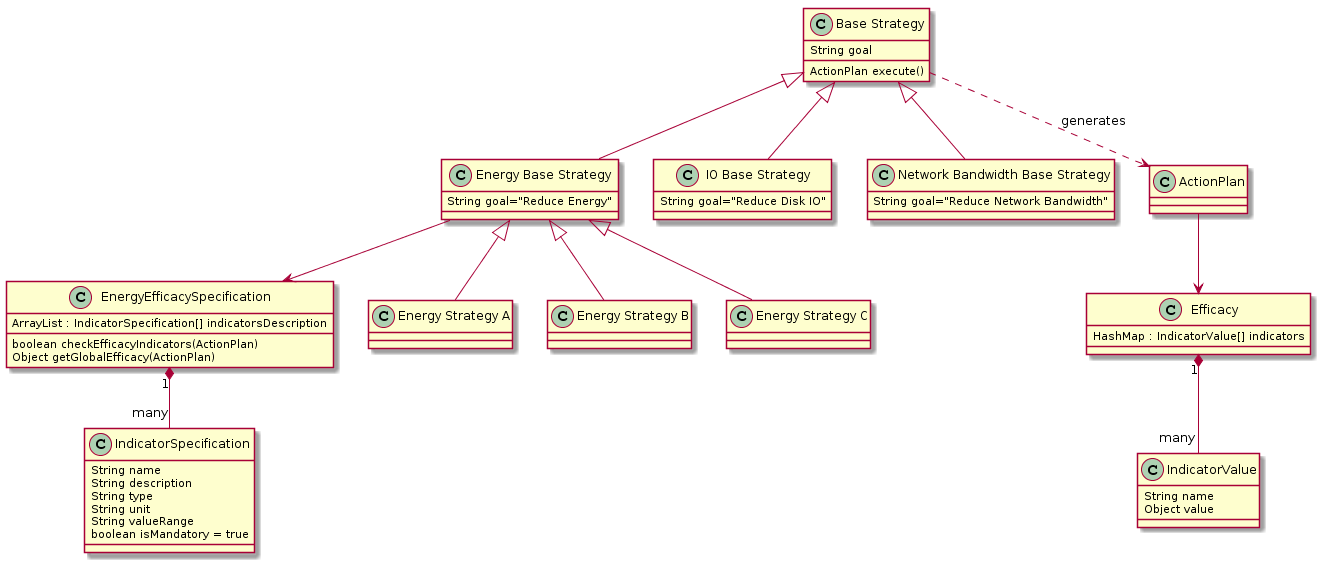
Above: doc/source/images/class_diagram_efficacy_indicator.png in openstack/watcher-specs (PlantUML), before the change. Its diagram source:
```plantuml
@startuml
class "Base Strategy" {
  String goal
  ActionPlan execute()
}
class "Energy Base Strategy" {
  String goal="Reduce Energy"
}
class "IO Base Strategy" {
  String goal="Reduce Disk IO"
}
class "Network Bandwidth Base Strategy" {
  String goal="Reduce Network Bandwidth"
}
class IndicatorSpecification {
  String name
  String description
  String type
  String unit
  String valueRange
  boolean isMandatory = true
}
class EnergyEfficacySpecification {
  ArrayList : IndicatorSpecification[] indicatorsDescription
  boolean checkEfficacyIndicators(ActionPlan)
  Object getGlobalEfficacy(ActionPlan)
}
class Efficacy {
  HashMap : IndicatorValue[] indicators
}
class IndicatorValue {
  String name
  Object value
}
"Base Strategy" <|-- "IO Base Strategy"
"Base Strategy" <|-- "Energy Base Strategy"
"Base Strategy" <|-- "Network Bandwidth Base Strategy"
"Energy Base Strategy" <|-- "Energy Strategy A"
"Energy Base Strategy" <|-- "Energy Strategy B"
"Energy Base Strategy" <|-- "Energy Strategy C"
"Energy Base Strategy" --> "EnergyEfficacySpecification"
EnergyEfficacySpecification "1" *-- "many" IndicatorSpecification
"Base Strategy" ..> ActionPlan : generates
ActionPlan --> Efficacy
Efficacy "1" *-- "many" IndicatorValue
@enduml
```
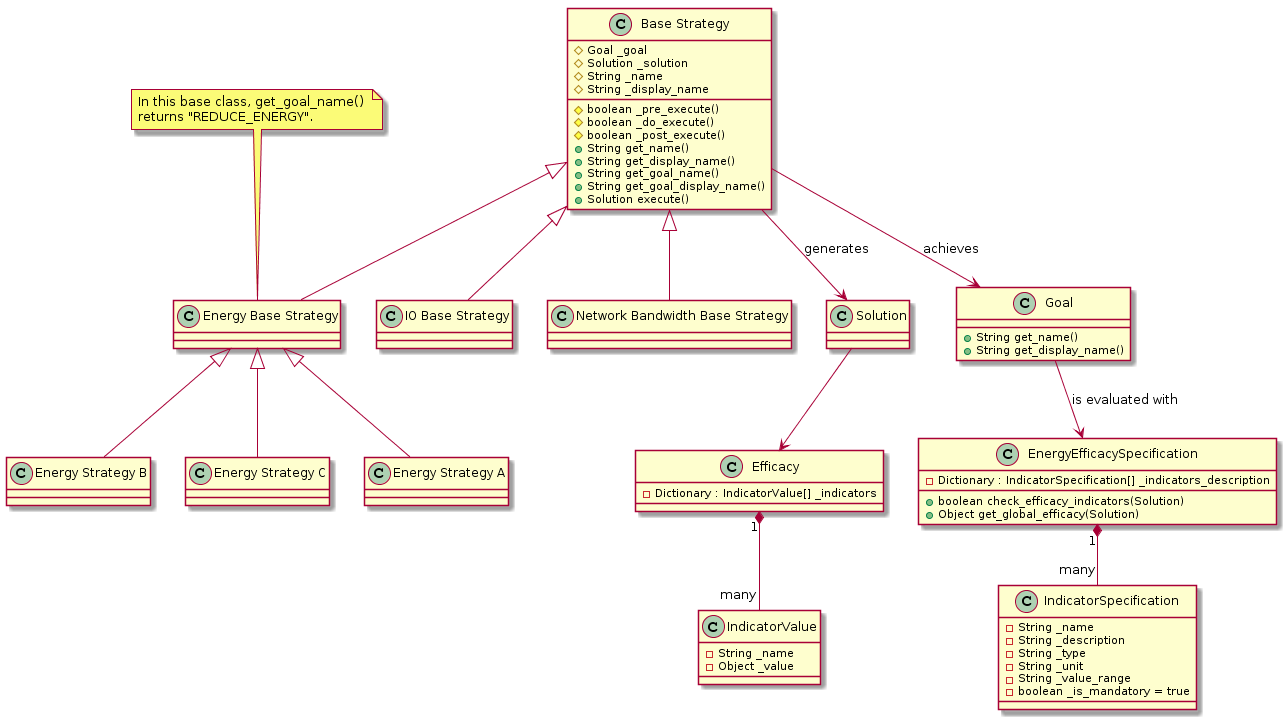
The same file after the commit.

Commit message:
Provide efficacy indicators

The edit, as a diff of the source:
```diff
@@ -1,36 +1,47 @@
 @startuml
 class "Base Strategy" {
-  String goal
-  ActionPlan execute()
+  #Goal _goal
+  #Solution _solution
+  #String _name
+  #String _display_name
+  #boolean _pre_execute()
+  #boolean _do_execute()
+  #boolean _post_execute()
+  +String get_name()
+  +String get_display_name()
+  +String get_goal_name()
+  +String get_goal_display_name()
+  +Solution execute()
+}
+class Goal {
+    +String get_name()
+    +String get_display_name()
 }
 class "Energy Base Strategy" {
-  String goal="Reduce Energy"
 }
 class "IO Base Strategy" {
-  String goal="Reduce Disk IO"
 }
 class "Network Bandwidth Base Strategy" {
-  String goal="Reduce Network Bandwidth"
 }
 class IndicatorSpecification {
-  String name
-  String description
-  String type
-  String unit
-  String valueRange
-  boolean isMandatory = true
+  -String _name
+  -String _description
+  -String _type
+  -String _unit
+  -String _value_range
+  -boolean _is_mandatory = true
 }
 class EnergyEfficacySpecification {
-  ArrayList : IndicatorSpecification[] indicatorsDescription
-  boolean checkEfficacyIndicators(ActionPlan)
-  Object getGlobalEfficacy(ActionPlan)
+  -Dictionary : IndicatorSpecification[] _indicators_description
+  +boolean check_efficacy_indicators(Solution)
+  +Object get_global_efficacy(Solution)
 }
 class Efficacy {
-  HashMap : IndicatorValue[] indicators
+  -Dictionary : IndicatorValue[] _indicators
 }
 class IndicatorValue {
-  String name
-  Object value
+  -String _name
+  -Object _value
 }
 "Base Strategy" <|-- "IO Base Strategy"
 "Base Strategy" <|-- "Energy Base Strategy"
@@ -38,9 +49,11 @@
 "Energy Base Strategy" <|-- "Energy Strategy A"
 "Energy Base Strategy" <|-- "Energy Strategy B"
 "Energy Base Strategy" <|-- "Energy Strategy C"
-"Energy Base Strategy" --> "EnergyEfficacySpecification"
+Goal --> "EnergyEfficacySpecification" : is evaluated with
 EnergyEfficacySpecification "1" *-- "many" IndicatorSpecification
-"Base Strategy" ..> ActionPlan : generates
-ActionPlan --> Efficacy
+"Base Strategy" --> Solution : generates
+Solution --> Efficacy
 Efficacy "1" *-- "many" IndicatorValue
+"Base Strategy" --> Goal : achieves
+note top of "Energy Base Strategy" : In this base class, get_goal_name() \nreturns "REDUCE_ENERGY".
 @enduml
```
